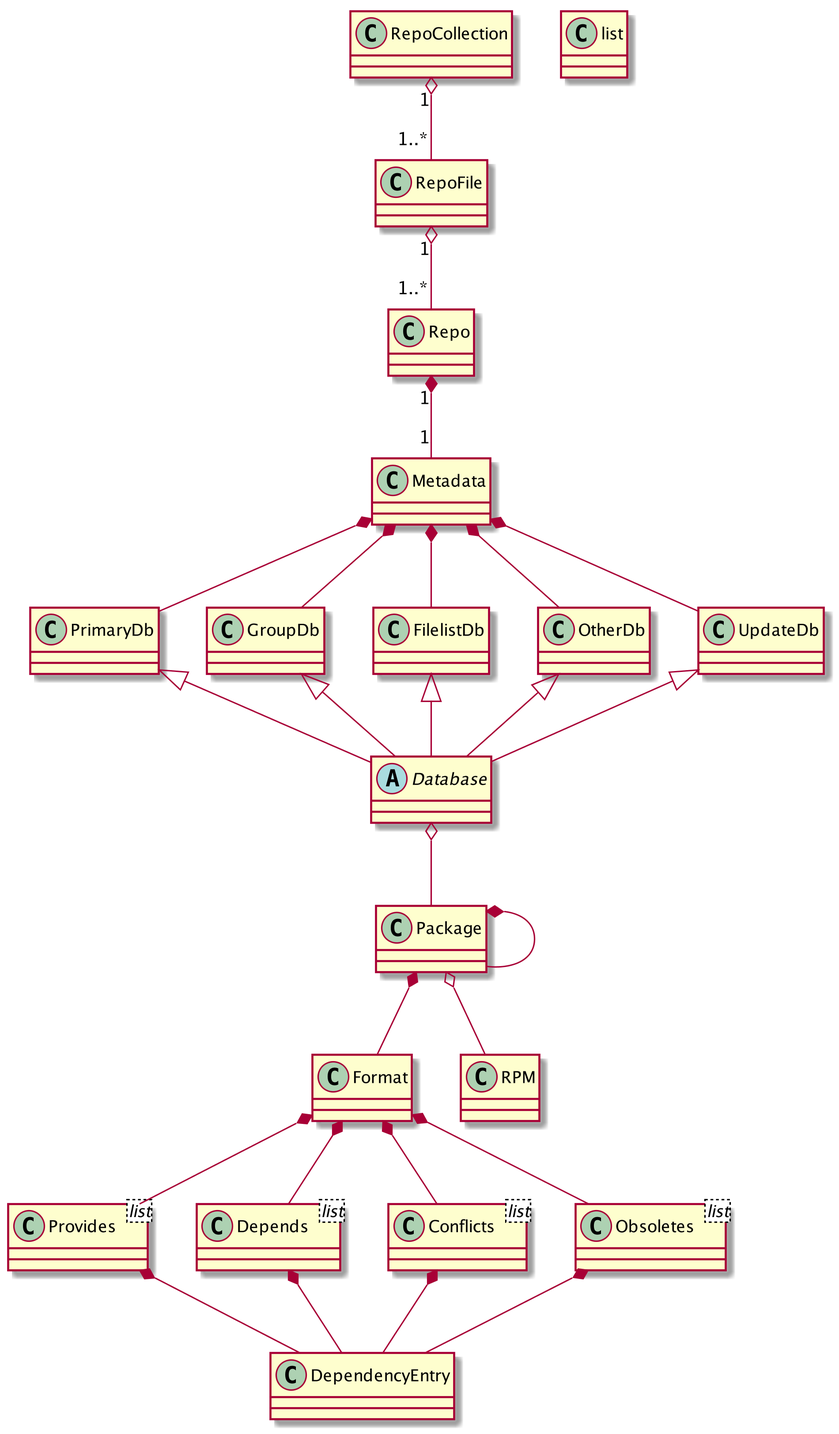
Before: diagrams/pyum.png, a diagram exported from PlantUML (drewsonne/pyum).
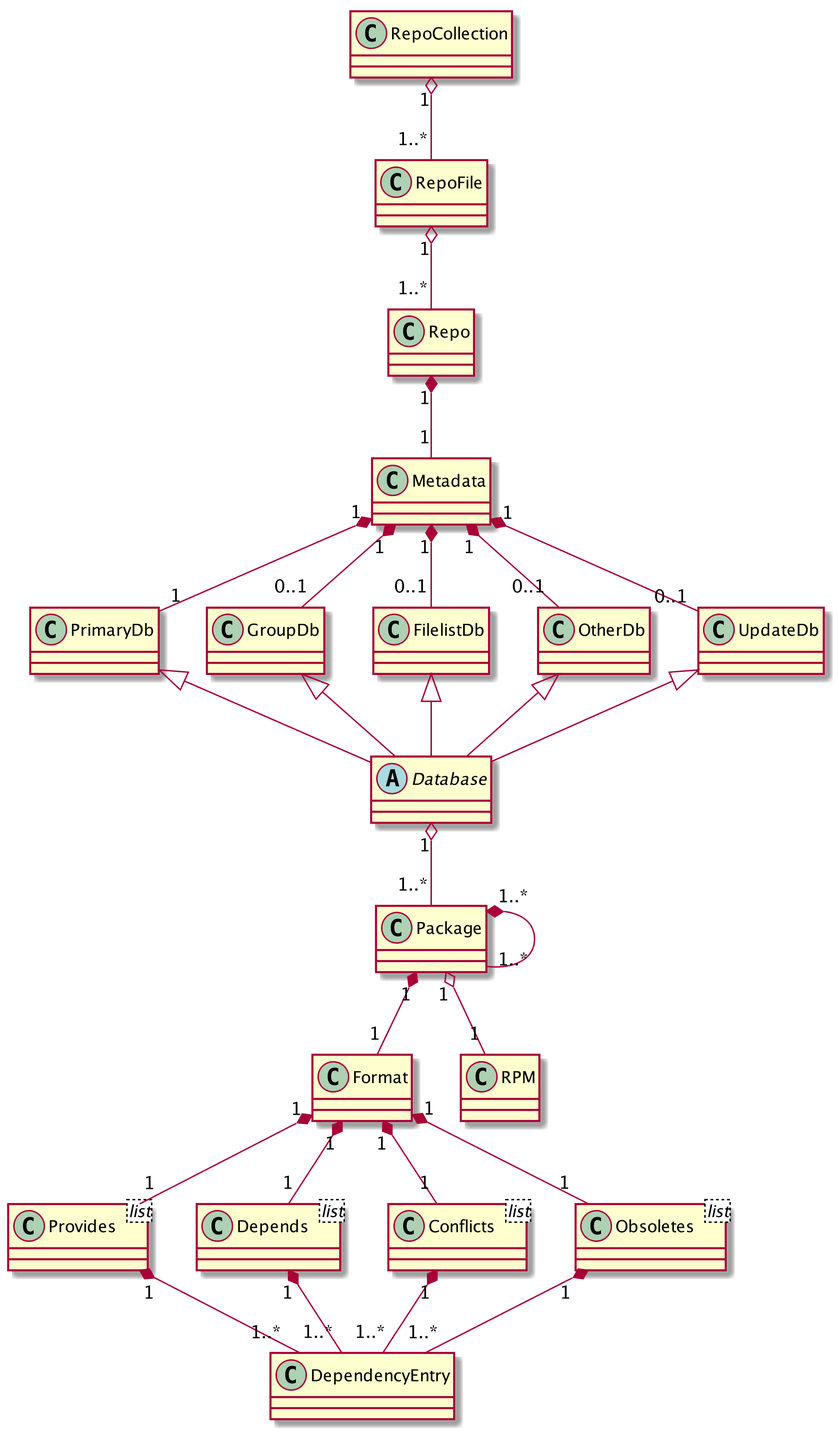
After the change.

Commit message:
Added relational notatios.

Change to the diagram source:
```diff
@@ -25,8 +25,6 @@
 
 class RPM
 
-class list
-
 class Provides<list>
 
 class Depends<list>
@@ -39,11 +37,11 @@
 RepoFile "1" o-- "1..*" Repo
 Repo "1" *-- "1" Metadata
 
-Metadata *-- PrimaryDb
-Metadata *-- GroupDb
-Metadata *-- FilelistDb
-Metadata *-- OtherDb
-Metadata *-- UpdateDb
+Metadata "1" *-- "1" PrimaryDb
+Metadata "1" *-- "0..1" GroupDb
+Metadata "1" *-- "0..1" FilelistDb
+Metadata "1" *-- "0..1" OtherDb
+Metadata "1" *-- "0..1" UpdateDb
 
 PrimaryDb <|-- Database
 GroupDb <|-- Database
@@ -51,21 +49,21 @@
 OtherDb <|-- Database
 UpdateDb <|-- Database
 
-Database o-- Package
+Database "1" o-- "1..*" Package
 
-Package o-- RPM
-Package *-- Format
-Package *-- Package
+Package "1" o-- "1" RPM
+Package "1" *-- "1" Format
+Package "1..*" *-- "1..*" Package
 
-Format *-- Provides
-Format *-- Depends
-Format *-- Conflicts
-Format *-- Obsoletes
+Format "1" *-- "1" Provides
+Format "1" *-- "1" Depends
+Format "1" *-- "1" Conflicts
+Format "1" *-- "1" Obsoletes
 
-Provides *-- DependencyEntry
-Depends *-- DependencyEntry
-Conflicts *-- DependencyEntry
-Obsoletes *-- DependencyEntry
+Provides "1" *-- "1..*" DependencyEntry
+Depends "1" *-- "1..*" DependencyEntry
+Conflicts "1" *-- "1..*" DependencyEntry
+Obsoletes "1" *-- "1..*" DependencyEntry
 
 
 @enduml
```
